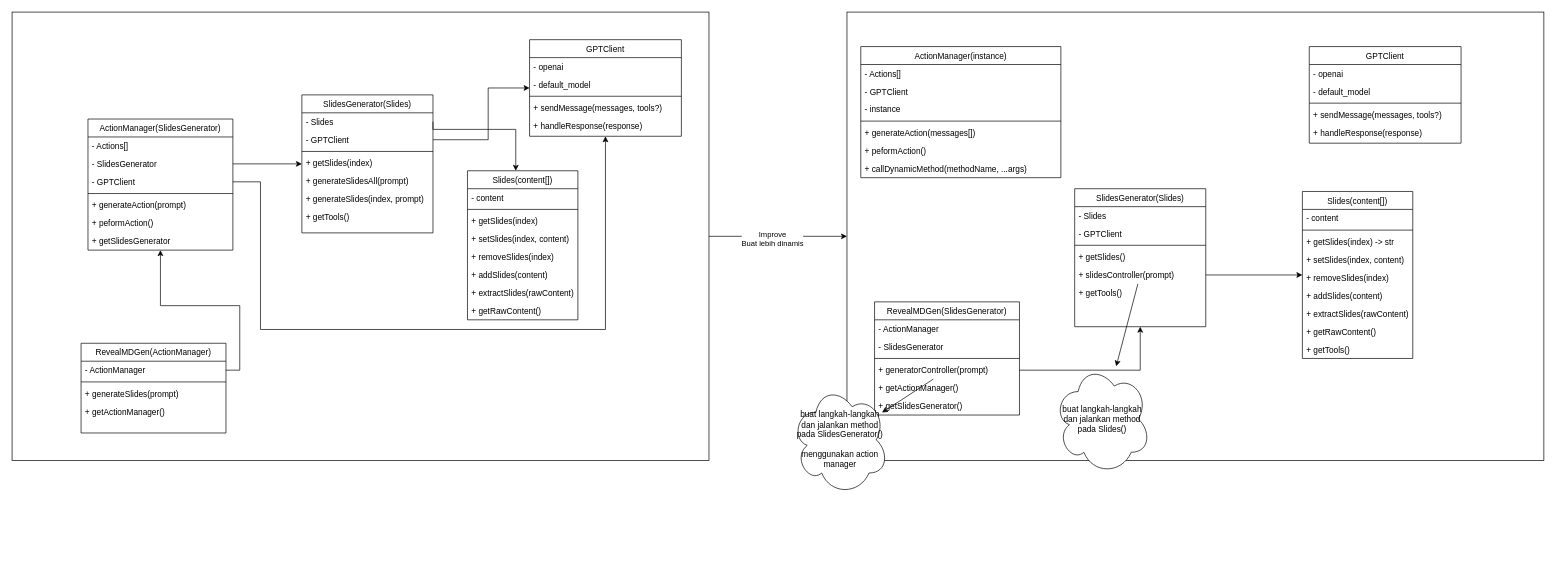
Earlier version of the draw.io diagram RevealMDGen.drawio (riparuk/RevealJSGen). Source tidied: cells renumbered, new cells numbered last; positions are measured from the earlier drawing's top-left corner, leaving out a move shared by most shapes. Both pictures are drawn from the tidied source at 69%, with x=0, y=0 at pixel (12, 12).
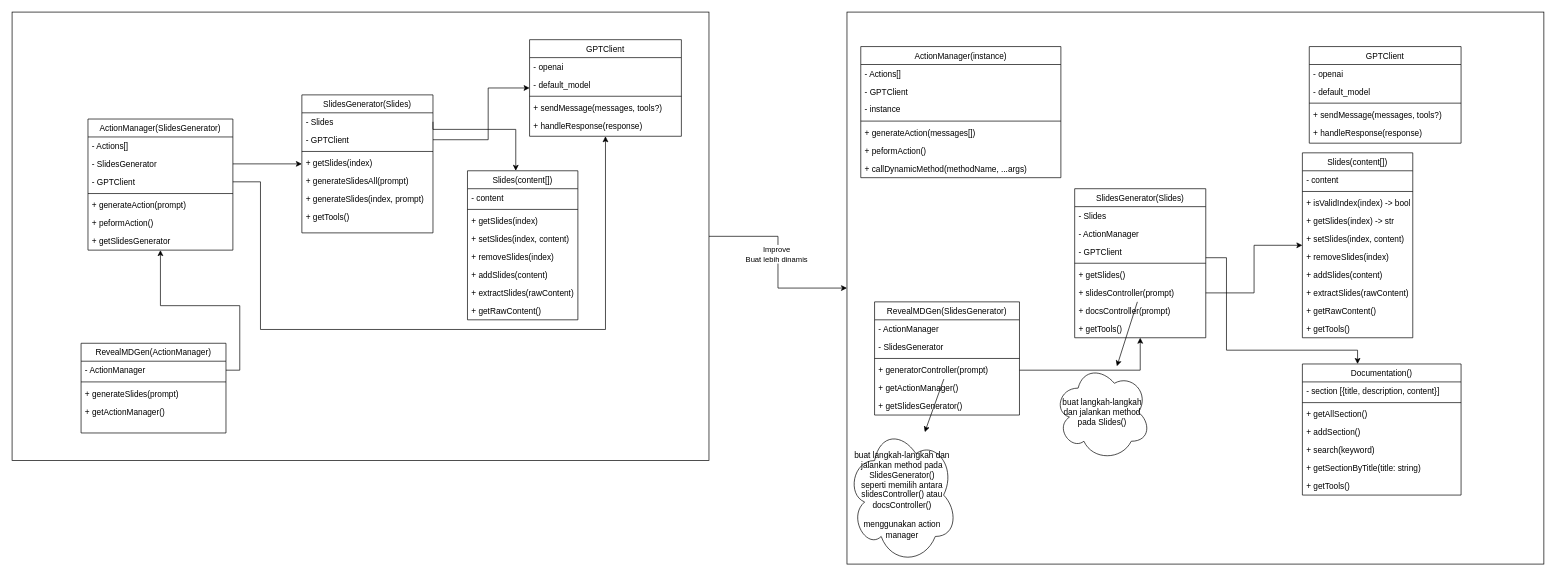
The same page after the edit.

Diff of the diagram source:
```diff
@@
     <mxCell id="2" style="rounded=0;whiteSpace=wrap;html=1;" parent="1" vertex="1">
-      <mxGeometry x="1210" width="1010" height="650" as="geometry" />
+      <mxGeometry x="1210" width="1010" height="800" as="geometry" />
     </mxCell>
@@
     <mxCell id="47" value="Slides(content[])" style="swimlane;fontStyle=0;align=center;verticalAlign=top;horizontal=1;startSize=26;rounded=0;shadow=0;strokeWidth=1;" parent="1" vertex="1">
-      <mxGeometry x="1870" y="260" width="160" height="242" as="geometry" />
+      <mxGeometry x="1870" y="204" width="160" height="268" as="geometry" />
     </mxCell>
@@
-    <mxCell id="50" value="+ getSlides(index) -&gt; str" style="text;align=left;verticalAlign=top;spacingLeft=4;spacingRight=4;overflow=hidden;" parent="47" vertex="1">
+    <mxCell id="50" value="+ isValidIndex(index) -&gt; bool" style="text;align=left;verticalAlign=top;spacingLeft=4;spacingRight=4;overflow=hidden;" parent="47" vertex="1">
       <mxGeometry y="60" width="160" height="26" as="geometry" />
     </mxCell>
+    <mxCell id="91" value="+ getSlides(index) -&gt; str" style="text;align=left;verticalAlign=top;spacingLeft=4;spacingRight=4;overflow=hidden;" parent="47" vertex="1">
+      <mxGeometry y="86" width="160" height="26" as="geometry" />
+    </mxCell>
     <mxCell id="51" value="+ setSlides(index, content)" style="text;align=left;verticalAlign=top;spacingLeft=4;spacingRight=4;overflow=hidden;" parent="47" vertex="1">
-      <mxGeometry y="86" width="160" height="26" as="geometry" />
+      <mxGeometry y="112" width="160" height="26" as="geometry" />
     </mxCell>
     <mxCell id="52" value="+ removeSlides(index)" style="text;align=left;verticalAlign=top;spacingLeft=4;spacingRight=4;overflow=hidden;" parent="47" vertex="1">
-      <mxGeometry y="112" width="160" height="26" as="geometry" />
+      <mxGeometry y="138" width="160" height="26" as="geometry" />
     </mxCell>
     <mxCell id="53" value="+ addSlides(content)" style="text;align=left;verticalAlign=top;spacingLeft=4;spacingRight=4;overflow=hidden;" parent="47" vertex="1">
-      <mxGeometry y="138" width="160" height="26" as="geometry" />
+      <mxGeometry y="164" width="160" height="26" as="geometry" />
     </mxCell>
     <mxCell id="54" value="+ extractSlides(rawContent)" style="text;align=left;verticalAlign=top;spacingLeft=4;spacingRight=4;overflow=hidden;" parent="47" vertex="1">
-      <mxGeometry y="164" width="160" height="26" as="geometry" />
+      <mxGeometry y="190" width="160" height="26" as="geometry" />
     </mxCell>
     <mxCell id="55" value="+ getRawContent()" style="text;align=left;verticalAlign=top;spacingLeft=4;spacingRight=4;overflow=hidden;" parent="47" vertex="1">
-      <mxGeometry y="190" width="160" height="26" as="geometry" />
+      <mxGeometry y="216" width="160" height="26" as="geometry" />
     </mxCell>
     <mxCell id="56" value="+ getTools()" style="text;align=left;verticalAlign=top;spacingLeft=4;spacingRight=4;overflow=hidden;" parent="47" vertex="1">
-      <mxGeometry y="216" width="160" height="26" as="geometry" />
+      <mxGeometry y="242" width="160" height="26" as="geometry" />
     </mxCell>
+    <mxCell id="92" style="edgeStyle=orthogonalEdgeStyle;rounded=0;jettySize=auto;html=1;" parent="1" edge="1" source="57" target="95">
+      <mxGeometry relative="1" as="geometry">
+        <Array as="points">
+          <mxPoint x="1760" y="356" />
+          <mxPoint x="1760" y="490" />
+          <mxPoint x="1950" y="490" />
+        </Array>
+      </mxGeometry>
+    </mxCell>
     <mxCell id="57" value="SlidesGenerator(Slides)" style="swimlane;fontStyle=0;align=center;verticalAlign=top;horizontal=1;startSize=26;rounded=0;shadow=0;strokeWidth=1;" parent="1" vertex="1">
-      <mxGeometry x="1540" y="256" width="190" height="200" as="geometry" />
+      <mxGeometry x="1540" y="256" width="190" height="216" as="geometry" />
     </mxCell>
@@
+    <mxCell id="93" value="- ActionManager" style="text;align=left;verticalAlign=top;spacingLeft=4;spacingRight=4;overflow=hidden;" parent="57" vertex="1">
+      <mxGeometry y="52" width="190" height="26" as="geometry" />
+    </mxCell>
     <mxCell id="59" value="- GPTClient" style="text;align=left;verticalAlign=top;spacingLeft=4;spacingRight=4;overflow=hidden;" parent="57" vertex="1">
-      <mxGeometry y="52" width="190" height="26" as="geometry" />
+      <mxGeometry y="78" width="190" height="26" as="geometry" />
     </mxCell>
     <mxCell id="60" style="line;html=1;strokeWidth=1;align=left;verticalAlign=middle;spacingTop=-1;spacingLeft=3;spacingRight=3;labelPosition=right;" parent="57" vertex="1">
-      <mxGeometry y="78" width="190" height="8" as="geometry" />
+      <mxGeometry y="104" width="190" height="8" as="geometry" />
     </mxCell>
     <mxCell id="61" value="+ getSlides()" style="text;align=left;verticalAlign=top;spacingLeft=4;spacingRight=4;overflow=hidden;" parent="57" vertex="1">
-      <mxGeometry y="86" width="190" height="26" as="geometry" />
+      <mxGeometry y="112" width="190" height="26" as="geometry" />
     </mxCell>
     <mxCell id="62" value="+ slidesController(prompt)" style="text;align=left;verticalAlign=top;spacingLeft=4;spacingRight=4;overflow=hidden;points=[[0,0.5],[1,0.5]];portConstraint=eastwest;" parent="57" vertex="1">
-      <mxGeometry y="112" width="190" height="26" as="geometry" />
+      <mxGeometry y="138" width="190" height="26" as="geometry" />
     </mxCell>
+    <mxCell id="94" value="+ docsController(prompt)" style="text;align=left;verticalAlign=top;spacingLeft=4;spacingRight=4;overflow=hidden;" parent="57" vertex="1">
+      <mxGeometry y="164" width="190" height="26" as="geometry" />
+    </mxCell>
     <mxCell id="63" value="+ getTools()" style="text;align=left;verticalAlign=top;spacingLeft=4;spacingRight=4;overflow=hidden;" parent="57" vertex="1">
-      <mxGeometry y="138" width="190" height="26" as="geometry" />
+      <mxGeometry y="190" width="190" height="26" as="geometry" />
     </mxCell>
@@
-    <mxCell id="86" value="buat langkah-langkah dan jalankan method pada SlidesGenerator()&lt;br&gt;&lt;br&gt;menggunakan action manager" style="ellipse;shape=cloud;whiteSpace=wrap;html=1;" parent="1" vertex="1">
-      <mxGeometry x="1130" y="540" width="140" height="160" as="geometry" />
+    <mxCell id="86" value="buat langkah-langkah dan jalankan method pada SlidesGenerator()&lt;br&gt;seperti memilih antara slidesController() atau docsController()&lt;br&gt;&lt;br&gt;menggunakan action manager" style="ellipse;shape=cloud;whiteSpace=wrap;html=1;" parent="1" vertex="1">
+      <mxGeometry x="1210" y="600" width="160" height="200" as="geometry" />
     </mxCell>
@@
     <mxCell id="88" value="buat langkah-langkah dan jalankan method pada Slides()" style="ellipse;shape=cloud;whiteSpace=wrap;html=1;" parent="1" vertex="1">
-      <mxGeometry x="1510" y="510" width="140" height="160" as="geometry" />
+      <mxGeometry x="1510" y="510" width="140" height="140" as="geometry" />
     </mxCell>
@@
+    <mxCell id="95" value="Documentation()" style="swimlane;fontStyle=0;align=center;verticalAlign=top;horizontal=1;startSize=26;rounded=0;shadow=0;strokeWidth=1;" parent="1" vertex="1">
+      <mxGeometry x="1870" y="510" width="230" height="190" as="geometry" />
+    </mxCell>
+    <mxCell id="96" value="- section [{title, description, content}]" style="text;align=left;verticalAlign=top;spacingLeft=4;spacingRight=4;overflow=hidden;" parent="95" vertex="1">
+      <mxGeometry y="26" width="230" height="26" as="geometry" />
+    </mxCell>
+    <mxCell id="97" style="line;html=1;strokeWidth=1;align=left;verticalAlign=middle;spacingTop=-1;spacingLeft=3;spacingRight=3;labelPosition=right;" parent="95" vertex="1">
+      <mxGeometry y="52" width="230" height="8" as="geometry" />
+    </mxCell>
+    <mxCell id="98" value="+ getAllSection()" style="text;align=left;verticalAlign=top;spacingLeft=4;spacingRight=4;overflow=hidden;" parent="95" vertex="1">
+      <mxGeometry y="60" width="230" height="26" as="geometry" />
+    </mxCell>
+    <mxCell id="99" value="+ addSection()" style="text;align=left;verticalAlign=top;spacingLeft=4;spacingRight=4;overflow=hidden;" parent="95" vertex="1">
+      <mxGeometry y="86" width="230" height="26" as="geometry" />
+    </mxCell>
+    <mxCell id="100" value="+ search(keyword)" style="text;align=left;verticalAlign=top;spacingLeft=4;spacingRight=4;overflow=hidden;" parent="95" vertex="1">
+      <mxGeometry y="112" width="230" height="26" as="geometry" />
+    </mxCell>
+    <mxCell id="101" value="+ getSectionByTitle(title: string)" style="text;align=left;verticalAlign=top;spacingLeft=4;spacingRight=4;overflow=hidden;" parent="95" vertex="1">
+      <mxGeometry y="138" width="230" height="26" as="geometry" />
+    </mxCell>
+    <mxCell id="102" value="+ getTools()" style="text;align=left;verticalAlign=top;spacingLeft=4;spacingRight=4;overflow=hidden;" parent="95" vertex="1">
+      <mxGeometry y="164" width="230" height="26" as="geometry" />
+    </mxCell>
```
